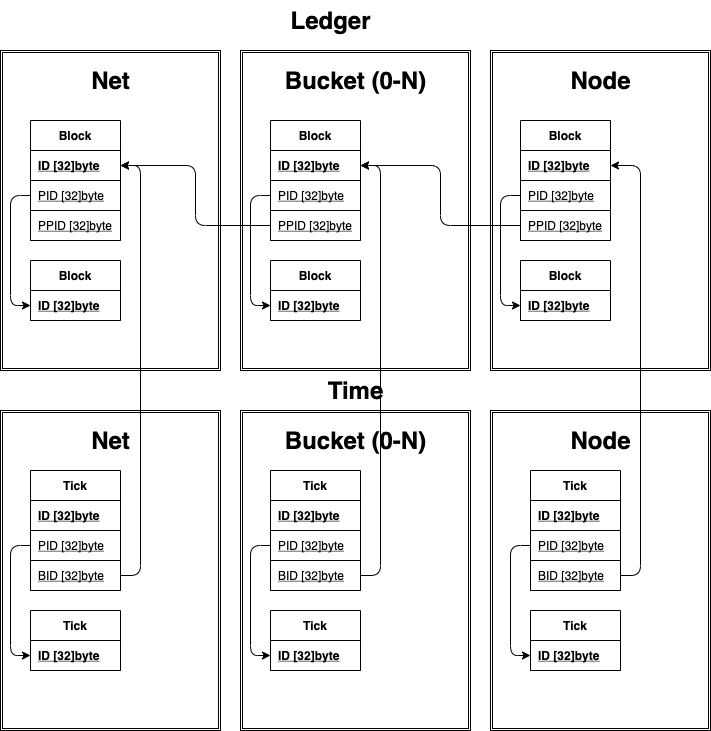
This is research/ledger.drawio.png from hulknet/hulk, a draw.io export, as it was before one commit. Source tidied: cells renumbered, new cells last; positions are measured from the earlier drawing's top-left corner, leaving out a move shared by most shapes.
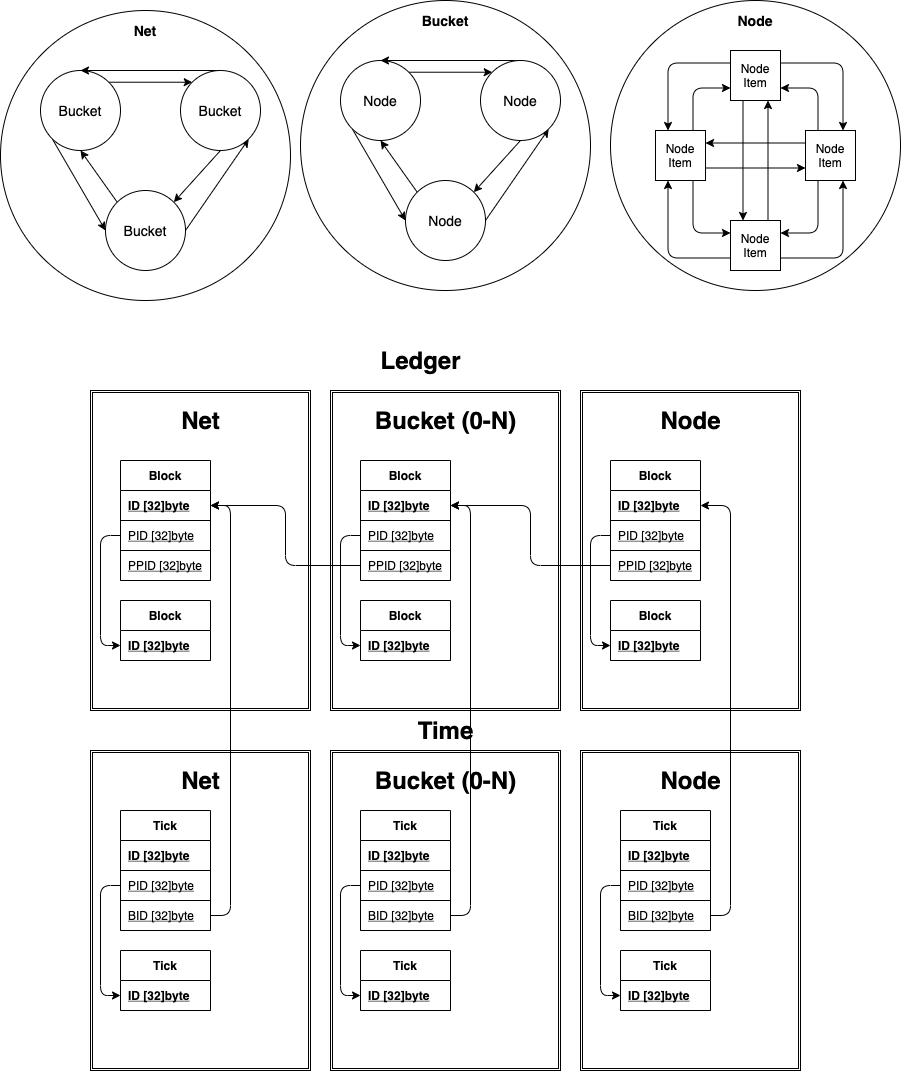
Above is the later version.

The edit, as a diff of the source:
```diff
@@ -257,5 +257,125 @@
     <mxCell id="86" style="edgeStyle=orthogonalEdgeStyle;rounded=1;jumpStyle=none;jettySize=auto;html=1;exitX=1;exitY=0.5;exitDx=0;exitDy=0;entryX=1;entryY=0.5;entryDx=0;entryDy=0;" parent="1" edge="1" source="79" target="31">
       <mxGeometry relative="1" as="geometry" />
     </mxCell>
+    <mxCell id="87" style="ellipse;whiteSpace=wrap;html=1;" parent="1" vertex="1">
+      <mxGeometry x="520" y="-340" width="290" height="290" as="geometry" />
+    </mxCell>
+    <mxCell id="88" style="edgeStyle=orthogonalEdgeStyle;rounded=1;jumpStyle=none;jettySize=auto;html=1;exitX=0.25;exitY=1;exitDx=0;exitDy=0;entryX=0.25;entryY=0;entryDx=0;entryDy=0;endArrow=classic;endFill=1;" parent="1" edge="1" source="91" target="103">
+      <mxGeometry relative="1" as="geometry" />
+    </mxCell>
+    <mxCell id="89" style="edgeStyle=orthogonalEdgeStyle;rounded=1;jumpStyle=none;jettySize=auto;html=1;exitX=0;exitY=0.25;exitDx=0;exitDy=0;entryX=0.25;entryY=0;entryDx=0;entryDy=0;endArrow=classic;endFill=1;" parent="1" edge="1" source="91" target="95">
+      <mxGeometry relative="1" as="geometry" />
+    </mxCell>
+    <mxCell id="90" style="edgeStyle=orthogonalEdgeStyle;rounded=1;jumpStyle=none;jettySize=auto;html=1;exitX=1;exitY=0.25;exitDx=0;exitDy=0;entryX=0.75;entryY=0;entryDx=0;entryDy=0;fontSize=14;endArrow=classic;endFill=1;" parent="1" edge="1" source="91" target="99">
+      <mxGeometry relative="1" as="geometry" />
+    </mxCell>
+    <mxCell id="91" value="Node Item" style="whiteSpace=wrap;html=1;" parent="1" vertex="1">
+      <mxGeometry x="640" y="-290" width="50" height="50" as="geometry" />
+    </mxCell>
+    <mxCell id="92" style="edgeStyle=orthogonalEdgeStyle;rounded=1;jumpStyle=none;jettySize=auto;html=1;exitX=1;exitY=0.75;exitDx=0;exitDy=0;entryX=0;entryY=0.75;entryDx=0;entryDy=0;endArrow=classic;endFill=1;" parent="1" edge="1" source="95" target="99">
+      <mxGeometry relative="1" as="geometry" />
+    </mxCell>
+    <mxCell id="93" style="edgeStyle=orthogonalEdgeStyle;rounded=1;jumpStyle=none;jettySize=auto;html=1;exitX=0.75;exitY=0;exitDx=0;exitDy=0;entryX=0;entryY=0.75;entryDx=0;entryDy=0;endArrow=classic;endFill=1;" parent="1" edge="1" source="95" target="91">
+      <mxGeometry relative="1" as="geometry" />
+    </mxCell>
+    <mxCell id="94" style="edgeStyle=orthogonalEdgeStyle;rounded=1;jumpStyle=none;jettySize=auto;html=1;exitX=0.75;exitY=1;exitDx=0;exitDy=0;entryX=0;entryY=0.25;entryDx=0;entryDy=0;endArrow=classic;endFill=1;" parent="1" edge="1" source="95" target="103">
+      <mxGeometry relative="1" as="geometry" />
+    </mxCell>
+    <mxCell id="95" value="Node Item" style="whiteSpace=wrap;html=1;" parent="1" vertex="1">
+      <mxGeometry x="565" y="-210" width="50" height="50" as="geometry" />
+    </mxCell>
+    <mxCell id="96" style="edgeStyle=orthogonalEdgeStyle;rounded=1;jumpStyle=none;jettySize=auto;html=1;exitX=0;exitY=0.25;exitDx=0;exitDy=0;entryX=1;entryY=0.25;entryDx=0;entryDy=0;endArrow=classic;endFill=1;" parent="1" edge="1" source="99" target="95">
+      <mxGeometry relative="1" as="geometry" />
+    </mxCell>
+    <mxCell id="97" style="edgeStyle=orthogonalEdgeStyle;rounded=1;jumpStyle=none;jettySize=auto;html=1;exitX=0.25;exitY=0;exitDx=0;exitDy=0;entryX=1;entryY=0.75;entryDx=0;entryDy=0;fontSize=14;endArrow=classic;endFill=1;" parent="1" edge="1" source="99" target="91">
+      <mxGeometry relative="1" as="geometry" />
+    </mxCell>
+    <mxCell id="98" style="edgeStyle=orthogonalEdgeStyle;rounded=1;jumpStyle=none;jettySize=auto;html=1;exitX=0.25;exitY=1;exitDx=0;exitDy=0;entryX=1;entryY=0.25;entryDx=0;entryDy=0;fontSize=14;endArrow=classic;endFill=1;" parent="1" edge="1" source="99" target="103">
+      <mxGeometry relative="1" as="geometry" />
+    </mxCell>
+    <mxCell id="99" value="Node Item" style="whiteSpace=wrap;html=1;" parent="1" vertex="1">
+      <mxGeometry x="715" y="-210" width="50" height="50" as="geometry" />
+    </mxCell>
+    <mxCell id="100" style="edgeStyle=orthogonalEdgeStyle;rounded=1;jumpStyle=none;jettySize=auto;html=1;exitX=0.75;exitY=0;exitDx=0;exitDy=0;entryX=0.75;entryY=1;entryDx=0;entryDy=0;endArrow=classic;endFill=1;" parent="1" edge="1" source="103" target="91">
+      <mxGeometry relative="1" as="geometry" />
+    </mxCell>
+    <mxCell id="101" style="edgeStyle=orthogonalEdgeStyle;rounded=1;jumpStyle=none;jettySize=auto;html=1;exitX=0;exitY=0.75;exitDx=0;exitDy=0;entryX=0.25;entryY=1;entryDx=0;entryDy=0;endArrow=classic;endFill=1;" parent="1" edge="1" source="103" target="95">
+      <mxGeometry relative="1" as="geometry" />
+    </mxCell>
+    <mxCell id="102" style="edgeStyle=orthogonalEdgeStyle;rounded=1;jumpStyle=none;jettySize=auto;html=1;exitX=1;exitY=0.75;exitDx=0;exitDy=0;entryX=0.75;entryY=1;entryDx=0;entryDy=0;fontSize=14;endArrow=classic;endFill=1;" parent="1" edge="1" source="103" target="99">
+      <mxGeometry relative="1" as="geometry" />
+    </mxCell>
+    <mxCell id="103" value="Node Item" style="whiteSpace=wrap;html=1;" parent="1" vertex="1">
+      <mxGeometry x="640" y="-120" width="50" height="50" as="geometry" />
+    </mxCell>
+    <mxCell id="104" value="Node" style="text;html=1;strokeColor=none;fillColor=none;align=center;verticalAlign=middle;whiteSpace=wrap;rounded=0;fontStyle=1;fontSize=14;" parent="1" vertex="1">
+      <mxGeometry x="645" y="-330" width="40" height="20" as="geometry" />
+    </mxCell>
+    <mxCell id="105" style="ellipse;whiteSpace=wrap;html=1;" parent="1" vertex="1">
+      <mxGeometry x="210" y="-340" width="290" height="290" as="geometry" />
+    </mxCell>
+    <mxCell id="106" value="Bucket" style="text;html=1;strokeColor=none;fillColor=none;align=center;verticalAlign=middle;whiteSpace=wrap;rounded=0;fontStyle=1;fontSize=14;" parent="1" vertex="1">
+      <mxGeometry x="335" y="-330" width="40" height="20" as="geometry" />
+    </mxCell>
+    <mxCell id="107" style="edgeStyle=none;rounded=1;jumpStyle=none;jettySize=auto;html=1;exitX=1;exitY=0;exitDx=0;exitDy=0;entryX=0;entryY=0;entryDx=0;entryDy=0;fontSize=14;endArrow=classic;endFill=1;" parent="1" edge="1" source="109" target="115">
+      <mxGeometry relative="1" as="geometry" />
+    </mxCell>
+    <mxCell id="108" style="edgeStyle=none;rounded=1;jumpStyle=none;jettySize=auto;html=1;exitX=0;exitY=1;exitDx=0;exitDy=0;entryX=0;entryY=0.5;entryDx=0;entryDy=0;fontSize=14;endArrow=classic;endFill=1;" parent="1" edge="1" source="109" target="112">
+      <mxGeometry relative="1" as="geometry" />
+    </mxCell>
+    <mxCell id="109" value="Node" style="ellipse;whiteSpace=wrap;html=1;fontSize=14;" parent="1" vertex="1">
+      <mxGeometry x="250" y="-280" width="80" height="80" as="geometry" />
+    </mxCell>
+    <mxCell id="110" style="rounded=1;jumpStyle=none;jettySize=auto;html=1;exitX=0;exitY=0;exitDx=0;exitDy=0;entryX=0.5;entryY=1;entryDx=0;entryDy=0;fontSize=14;endArrow=classic;endFill=1;" parent="1" edge="1" source="112" target="109">
+      <mxGeometry relative="1" as="geometry" />
+    </mxCell>
+    <mxCell id="111" style="edgeStyle=none;rounded=1;jumpStyle=none;jettySize=auto;html=1;exitX=1;exitY=0.5;exitDx=0;exitDy=0;entryX=1;entryY=1;entryDx=0;entryDy=0;fontSize=14;endArrow=classic;endFill=1;" parent="1" edge="1" source="112" target="115">
+      <mxGeometry relative="1" as="geometry" />
+    </mxCell>
+    <mxCell id="112" value="Node" style="ellipse;whiteSpace=wrap;html=1;fontSize=14;" parent="1" vertex="1">
+      <mxGeometry x="315" y="-160" width="80" height="80" as="geometry" />
+    </mxCell>
+    <mxCell id="113" style="rounded=1;jumpStyle=none;jettySize=auto;html=1;exitX=0.5;exitY=1;exitDx=0;exitDy=0;entryX=1;entryY=0;entryDx=0;entryDy=0;fontSize=14;endArrow=classic;endFill=1;" parent="1" edge="1" source="115" target="112">
+      <mxGeometry relative="1" as="geometry" />
+    </mxCell>
+    <mxCell id="114" style="edgeStyle=none;rounded=1;jumpStyle=none;jettySize=auto;html=1;exitX=0.5;exitY=0;exitDx=0;exitDy=0;entryX=0.5;entryY=0;entryDx=0;entryDy=0;fontSize=14;endArrow=classic;endFill=1;" parent="1" edge="1" source="115" target="109">
+      <mxGeometry relative="1" as="geometry" />
+    </mxCell>
+    <mxCell id="115" value="Node" style="ellipse;whiteSpace=wrap;html=1;fontSize=14;" parent="1" vertex="1">
+      <mxGeometry x="390" y="-280" width="80" height="80" as="geometry" />
+    </mxCell>
+    <mxCell id="116" style="ellipse;whiteSpace=wrap;html=1;" parent="1" vertex="1">
+      <mxGeometry x="-90" y="-330" width="290" height="290" as="geometry" />
+    </mxCell>
+    <mxCell id="117" value="Net" style="text;html=1;strokeColor=none;fillColor=none;align=center;verticalAlign=middle;whiteSpace=wrap;rounded=0;fontStyle=1;fontSize=14;" parent="1" vertex="1">
+      <mxGeometry x="35" y="-320" width="40" height="20" as="geometry" />
+    </mxCell>
+    <mxCell id="118" style="edgeStyle=none;rounded=1;jumpStyle=none;jettySize=auto;html=1;exitX=1;exitY=0;exitDx=0;exitDy=0;entryX=0;entryY=0;entryDx=0;entryDy=0;fontSize=14;endArrow=classic;endFill=1;" parent="1" edge="1" source="120" target="126">
+      <mxGeometry relative="1" as="geometry" />
+    </mxCell>
+    <mxCell id="119" style="edgeStyle=none;rounded=1;jumpStyle=none;jettySize=auto;html=1;exitX=0;exitY=1;exitDx=0;exitDy=0;entryX=0;entryY=0.5;entryDx=0;entryDy=0;fontSize=14;endArrow=classic;endFill=1;" parent="1" edge="1" source="120" target="123">
+      <mxGeometry relative="1" as="geometry" />
+    </mxCell>
+    <mxCell id="120" value="Bucket" style="ellipse;whiteSpace=wrap;html=1;fontSize=14;" parent="1" vertex="1">
+      <mxGeometry x="-50" y="-270" width="80" height="80" as="geometry" />
+    </mxCell>
+    <mxCell id="121" style="rounded=1;jumpStyle=none;jettySize=auto;html=1;exitX=0;exitY=0;exitDx=0;exitDy=0;entryX=0.5;entryY=1;entryDx=0;entryDy=0;fontSize=14;endArrow=classic;endFill=1;" parent="1" edge="1" source="123" target="120">
+      <mxGeometry relative="1" as="geometry" />
+    </mxCell>
+    <mxCell id="122" style="edgeStyle=none;rounded=1;jumpStyle=none;jettySize=auto;html=1;exitX=1;exitY=0.5;exitDx=0;exitDy=0;entryX=1;entryY=1;entryDx=0;entryDy=0;fontSize=14;endArrow=classic;endFill=1;" parent="1" edge="1" source="123" target="126">
+      <mxGeometry relative="1" as="geometry" />
+    </mxCell>
+    <mxCell id="123" value="Bucket" style="ellipse;whiteSpace=wrap;html=1;fontSize=14;" parent="1" vertex="1">
+      <mxGeometry x="15" y="-150" width="80" height="80" as="geometry" />
+    </mxCell>
+    <mxCell id="124" style="rounded=1;jumpStyle=none;jettySize=auto;html=1;exitX=0.5;exitY=1;exitDx=0;exitDy=0;entryX=1;entryY=0;entryDx=0;entryDy=0;fontSize=14;endArrow=classic;endFill=1;" parent="1" edge="1" source="126" target="123">
+      <mxGeometry relative="1" as="geometry" />
+    </mxCell>
+    <mxCell id="125" style="edgeStyle=none;rounded=1;jumpStyle=none;jettySize=auto;html=1;exitX=0.5;exitY=0;exitDx=0;exitDy=0;entryX=0.5;entryY=0;entryDx=0;entryDy=0;fontSize=14;endArrow=classic;endFill=1;" parent="1" edge="1" source="126" target="120">
+      <mxGeometry relative="1" as="geometry" />
+    </mxCell>
+    <mxCell id="126" value="Bucket" style="ellipse;whiteSpace=wrap;html=1;fontSize=14;" parent="1" vertex="1">
+      <mxGeometry x="90" y="-270" width="80" height="80" as="geometry" />
+    </mxCell>
   </root>
 </mxGraphModel>
```
